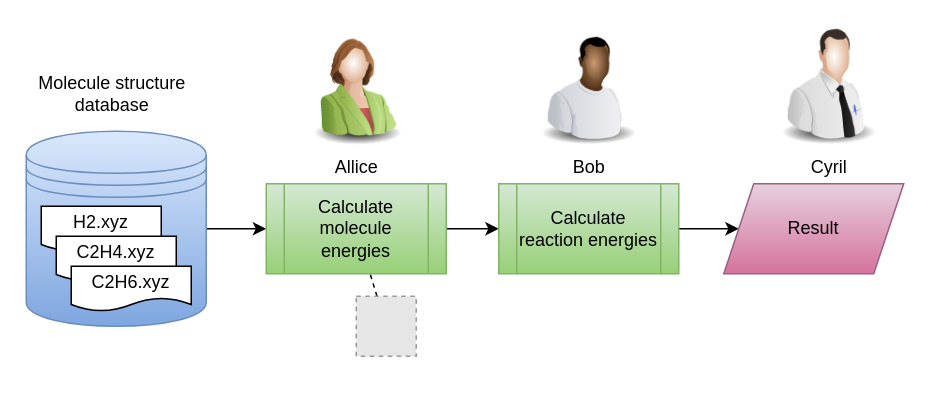
Earlier version of the draw.io diagram page "overall-workflow" (1 of 10) of examples/dehydrogenation/figs/dehydrogenation.drawio (SINTEF/dlite). Source tidied: cells renumbered, new cells numbered last; positions are measured from the earlier drawing's top-left corner, leaving out a move shared by most shapes. Both pictures are drawn from the tidied source at 150%, with x=0, y=0 at pixel (26, 26). Pictures stored in the file or linked from it are replaced by grey dashed boxes.
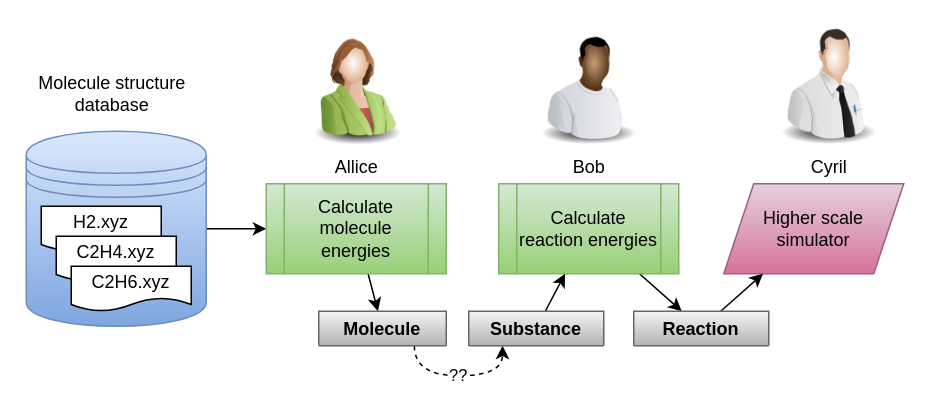
After the change.

Unchanged cells that the change refers to:
```xml
<mxCell id="3" style="shape=datastore;whiteSpace=wrap;html=1;fillColor=#dae8fc;strokeColor=#6c8ebf;gradientColor=#7ea6e0;" parent="1" vertex="1">
  <mxGeometry y="70" width="120" height="130" as="geometry" />
</mxCell>
<mxCell id="8" value="Calculate molecule energies" style="shape=process;whiteSpace=wrap;html=1;backgroundOutline=1;fillColor=#d5e8d4;strokeColor=#82b366;gradientColor=#97d077;" parent="1" vertex="1">
  <mxGeometry x="160" y="105" width="120" height="60" as="geometry" />
</mxCell>
<mxCell id="11" value="Calculate reaction energies" style="shape=process;whiteSpace=wrap;html=1;backgroundOutline=1;fillColor=#d5e8d4;strokeColor=#82b366;gradientColor=#97d077;" parent="1" vertex="1">
  <mxGeometry x="315" y="105" width="120" height="60" as="geometry" />
</mxCell>
```

Change to the diagram source:
```diff
@@
-    <mxCell id="2" style="edgeStyle=orthogonalEdgeStyle;rounded=0;jettySize=auto;html=1;" parent="1" edge="1" source="3" target="8">
+    <mxCell id="2" style="edgeStyle=orthogonalEdgeStyle;rounded=0;jettySize=auto;html=1;strokeWidth=1;" parent="1" edge="1" source="3" target="8">
       <mxGeometry relative="1" as="geometry" />
     </mxCell>
@@
-    <mxCell id="7" style="edgeStyle=none;rounded=0;jettySize=auto;html=1;entryX=0;entryY=0.5;entryDx=0;entryDy=0;" parent="1" edge="1" source="8" target="11">
-      <mxGeometry relative="1" as="geometry" />
-    </mxCell>
+    <mxCell id="18" style="edgeStyle=none;rounded=0;jettySize=auto;html=1;strokeWidth=1;" parent="1" edge="1" source="8" target="21">
+      <mxGeometry relative="1" as="geometry" />
+    </mxCell>
@@
-    <mxCell id="10" style="edgeStyle=none;rounded=0;jettySize=auto;html=1;" parent="1" edge="1" source="11" target="12">
-      <mxGeometry relative="1" as="geometry" />
-    </mxCell>
+    <mxCell id="19" style="edgeStyle=none;rounded=0;jettySize=auto;html=1;" parent="1" edge="1" source="11" target="25">
+      <mxGeometry relative="1" as="geometry" />
+    </mxCell>
@@
-    <mxCell id="12" value="Result" style="shape=parallelogram;perimeter=parallelogramPerimeter;whiteSpace=wrap;html=1;fixedSize=1;fillColor=#e6d0de;strokeColor=#996185;gradientColor=#d5739d;" parent="1" vertex="1">
+    <mxCell id="12" value="Higher scale simulator" style="shape=parallelogram;perimeter=parallelogramPerimeter;whiteSpace=wrap;html=1;fixedSize=1;fillColor=#e6d0de;strokeColor=#996185;gradientColor=#d5739d;" parent="1" vertex="1">
       <mxGeometry x="465" y="105" width="120" height="60" as="geometry" />
     </mxCell>
-    <mxCell id="13" style="edgeStyle=none;rounded=0;jettySize=auto;html=1;dashed=1;endArrow=none;endFill=0;" parent="1" edge="1" source="14" target="8">
-      <mxGeometry relative="1" as="geometry" />
-    </mxCell>
-    <mxCell id="14" style="fillColor=#E6E6E6;strokeColor=#999999;dashed=1;verticalLabelPosition=bottom;verticalAlign=top;" parent="1" vertex="1">
-      <mxGeometry x="220" y="180" width="40" height="40" as="geometry" />
-    </mxCell>
@@
+    <mxCell id="20" value="??" style="edgeStyle=orthogonalEdgeStyle;rounded=0;jettySize=auto;html=1;exitX=0.75;exitY=1;exitDx=0;exitDy=0;entryX=0.25;entryY=1;entryDx=0;entryDy=0;strokeWidth=1;curved=1;dashed=1;" parent="1" edge="1" source="21" target="23">
+      <mxGeometry relative="1" as="geometry" />
+    </mxCell>
+    <mxCell id="21" value="Molecule" style="swimlane;fillColor=#f5f5f5;gradientColor=#b3b3b3;strokeColor=#666666;" parent="1" vertex="1" collapsed="1">
+      <mxGeometry x="195" y="190" width="85" height="23" as="geometry" />
+    </mxCell>
+    <mxCell id="22" style="edgeStyle=none;rounded=0;jettySize=auto;html=1;endArrow=classic;" parent="1" edge="1" source="23" target="11">
+      <mxGeometry relative="1" as="geometry" />
+    </mxCell>
+    <mxCell id="23" value="Substance" style="swimlane;fillColor=#f5f5f5;gradientColor=#b3b3b3;strokeColor=#666666;" parent="1" vertex="1" collapsed="1">
+      <mxGeometry x="295" y="190" width="90" height="23" as="geometry" />
+    </mxCell>
+    <mxCell id="24" style="edgeStyle=none;rounded=0;jettySize=auto;html=1;strokeWidth=1;" parent="1" edge="1" source="25" target="12">
+      <mxGeometry relative="1" as="geometry" />
+    </mxCell>
+    <mxCell id="25" value="Reaction" style="swimlane;fillColor=#f5f5f5;gradientColor=#b3b3b3;strokeColor=#666666;" parent="1" vertex="1" collapsed="1">
+      <mxGeometry x="405" y="190" width="90" height="23" as="geometry" />
+    </mxCell>
```
